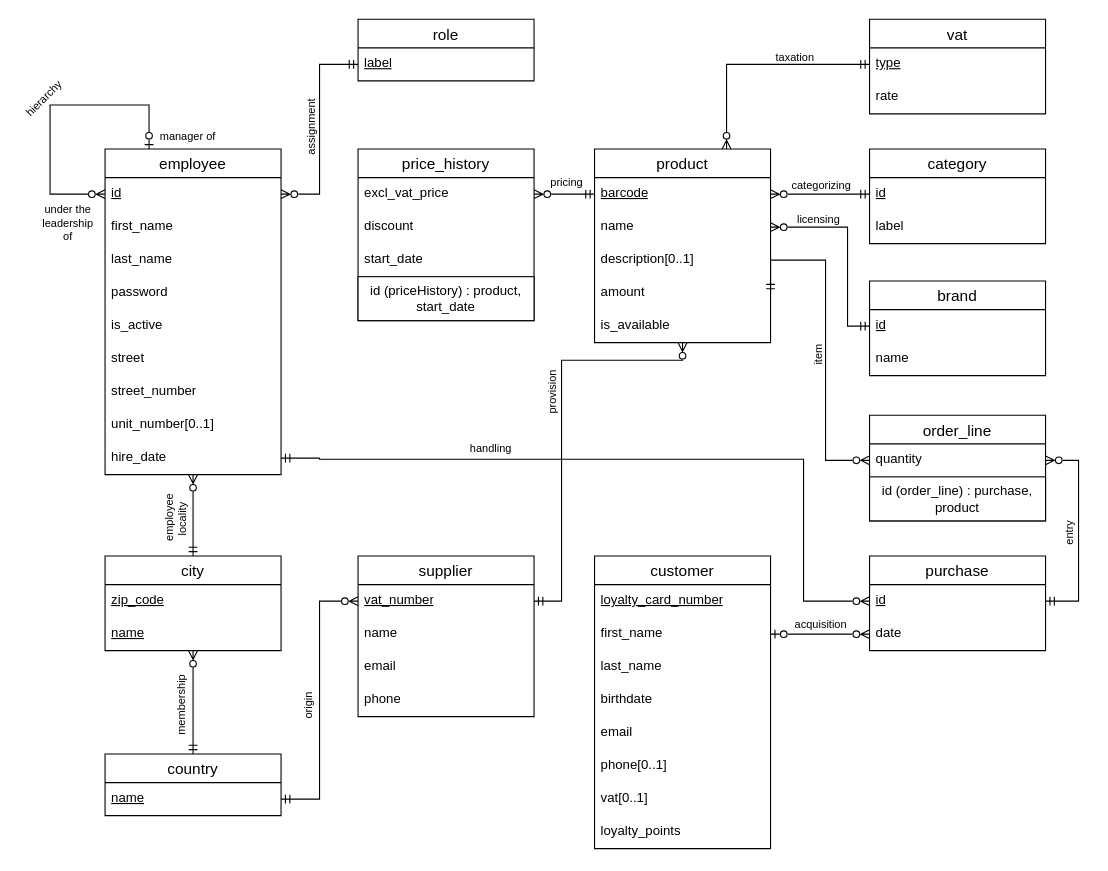
Above: docs/DB/ER_diagram.drawio in maxoux53/petit-bazar (draw.io), before the change. Source tidied: cells renumbered, new cells numbered last; positions are measured from the earlier drawing's top-left corner, leaving out a move shared by most shapes. Both pictures are drawn from the tidied source at 110%, with x=0, y=0 at pixel (16, 19).
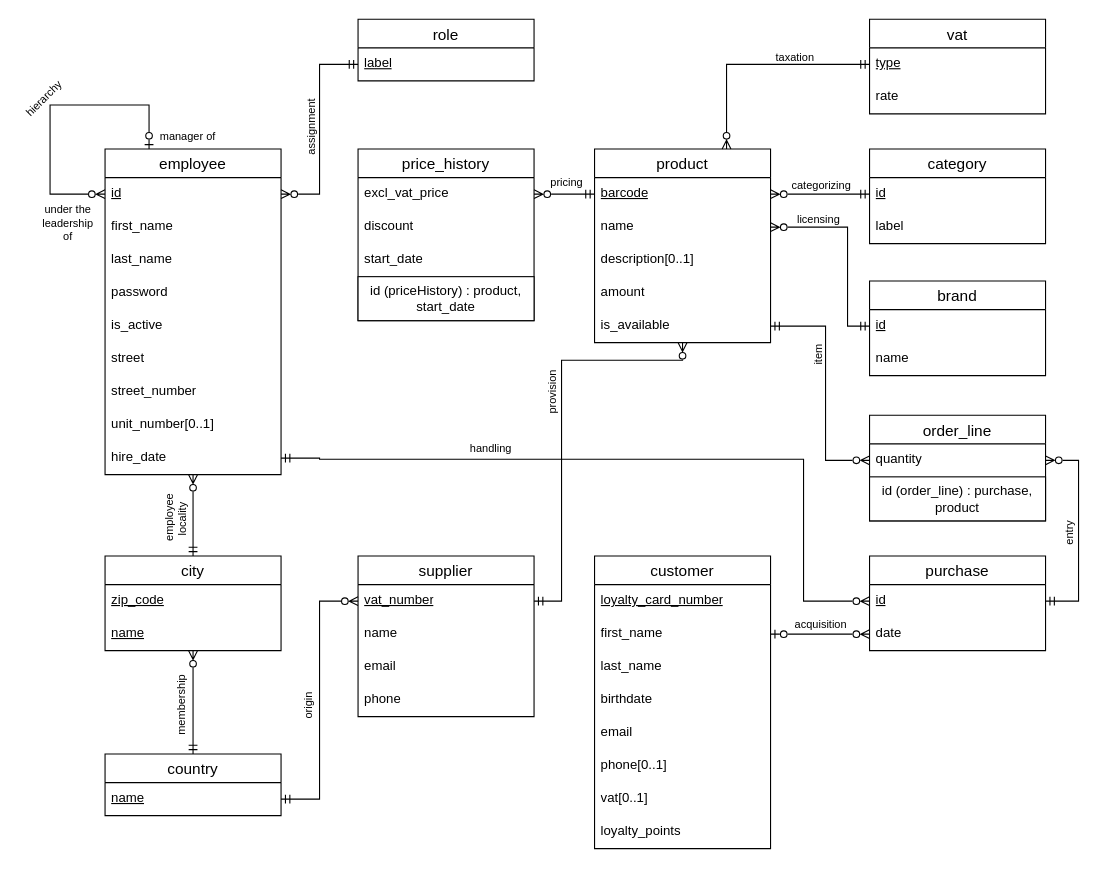
The same diagram, later.

Commit message:
Minimal correction (poor connection)

Unchanged cells that the change refers to:
```xml
<mxCell id="18" value="amount" style="text;strokeColor=none;fillColor=none;spacingLeft=4;spacingRight=4;overflow=hidden;points=[[0,0.5],[1,0.5]];portConstraint=eastwest;fontSize=12;whiteSpace=wrap;html=1;" parent="14" vertex="1">
  <mxGeometry y="116" width="160" height="30" as="geometry" />
</mxCell>
<mxCell id="19" value="is_available" style="text;strokeColor=none;fillColor=none;spacingLeft=4;spacingRight=4;overflow=hidden;points=[[0,0.5],[1,0.5]];portConstraint=eastwest;fontSize=12;whiteSpace=wrap;html=1;" parent="14" vertex="1">
  <mxGeometry y="146" width="160" height="30" as="geometry" />
</mxCell>
<mxCell id="53" value="quantity" style="text;strokeColor=none;fillColor=none;spacingLeft=4;spacingRight=4;overflow=hidden;points=[[0,0.5],[1,0.5]];portConstraint=eastwest;fontSize=12;whiteSpace=wrap;html=1;" parent="52" vertex="1">
  <mxGeometry y="26" width="160" height="30" as="geometry" />
</mxCell>
```

What changed in the source:
```diff
@@
-    <mxCell id="59" style="edgeStyle=orthogonalEdgeStyle;rounded=0;jettySize=auto;html=1;exitX=1;exitY=0.5;exitDx=0;exitDy=0;entryX=0;entryY=0.5;entryDx=0;entryDy=0;endArrow=ERzeroToMany;endFill=0;startArrow=ERmandOne;startFill=0;" parent="1" edge="1" source="18" target="53">
+    <mxCell id="59" style="edgeStyle=orthogonalEdgeStyle;rounded=0;jettySize=auto;html=1;exitX=1;exitY=0.5;exitDx=0;exitDy=0;entryX=0;entryY=0.5;entryDx=0;entryDy=0;endArrow=ERzeroToMany;endFill=0;startArrow=ERmandOne;startFill=0;" parent="1" edge="1" source="19" target="53">
       <mxGeometry relative="1" as="geometry">
         <Array as="points">
-          <mxPoint x="735" y="219" />
+          <mxPoint x="735" y="279" />
           <mxPoint x="735" y="401" />
         </Array>
       </mxGeometry>
     </mxCell>
```
